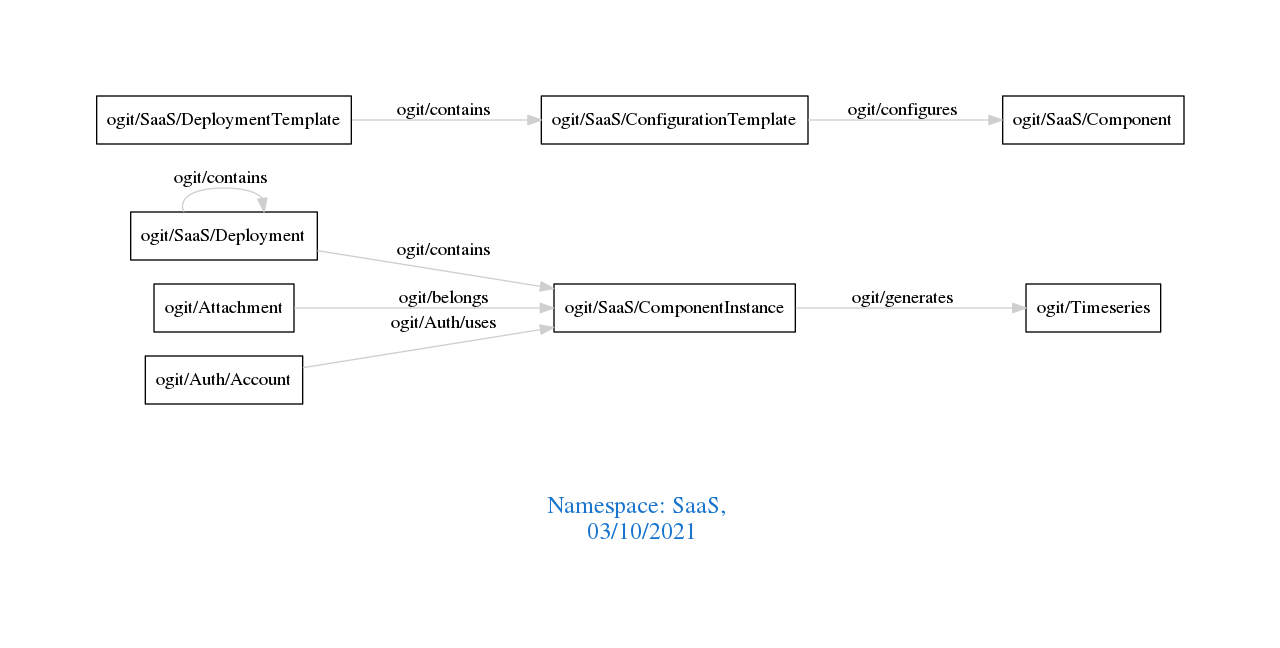
This is downloads/SaaS.png from arago/OGIT, a Graphviz export, as it was before one commit. Its source is kept beside it as downloads/SaaS.dot.
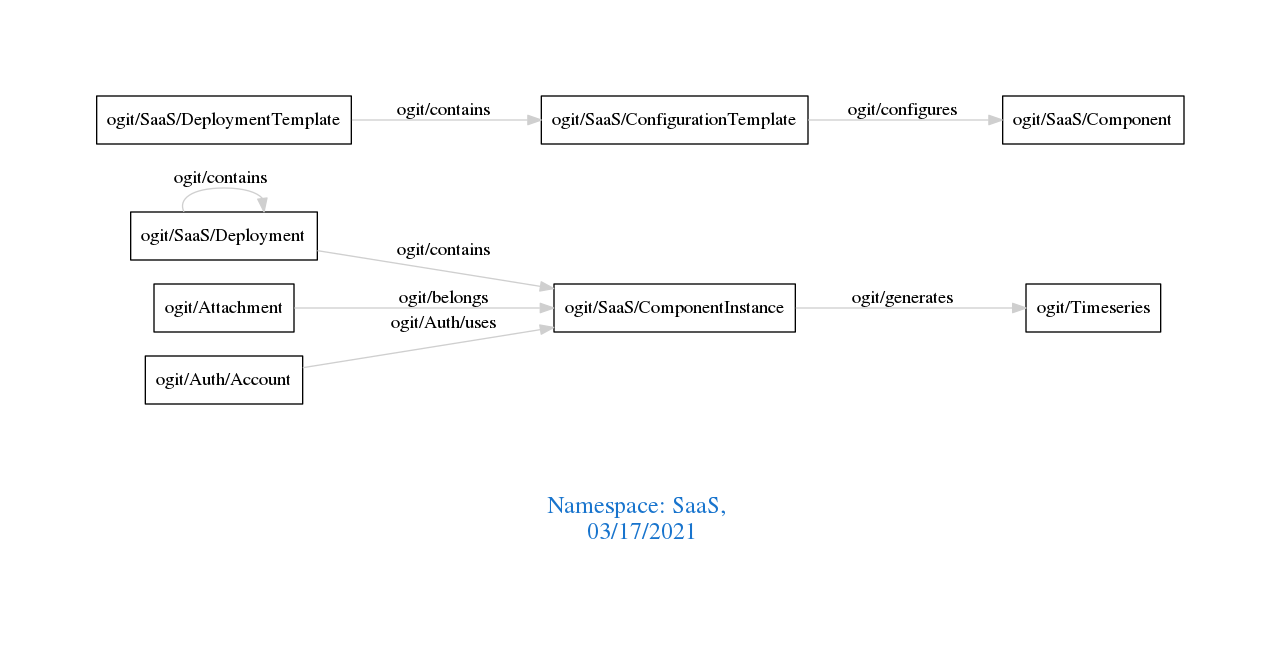
After the commit.

Diff of the diagram source:
```diff
@@ -1,7 +1,7 @@
 digraph OGIT_ontology {
  graph [ rankdir= LR,pad=1
 fontsize = 18,
-fontcolor= dodgerblue3,label = "\n\n\nNamespace: SaaS, \n 03/10/2021"];
+fontcolor= dodgerblue3,label = "\n\n\nNamespace: SaaS, \n 03/17/2021"];
 node[shape=polygon];
 edge [  color="gray81"];
 
```
